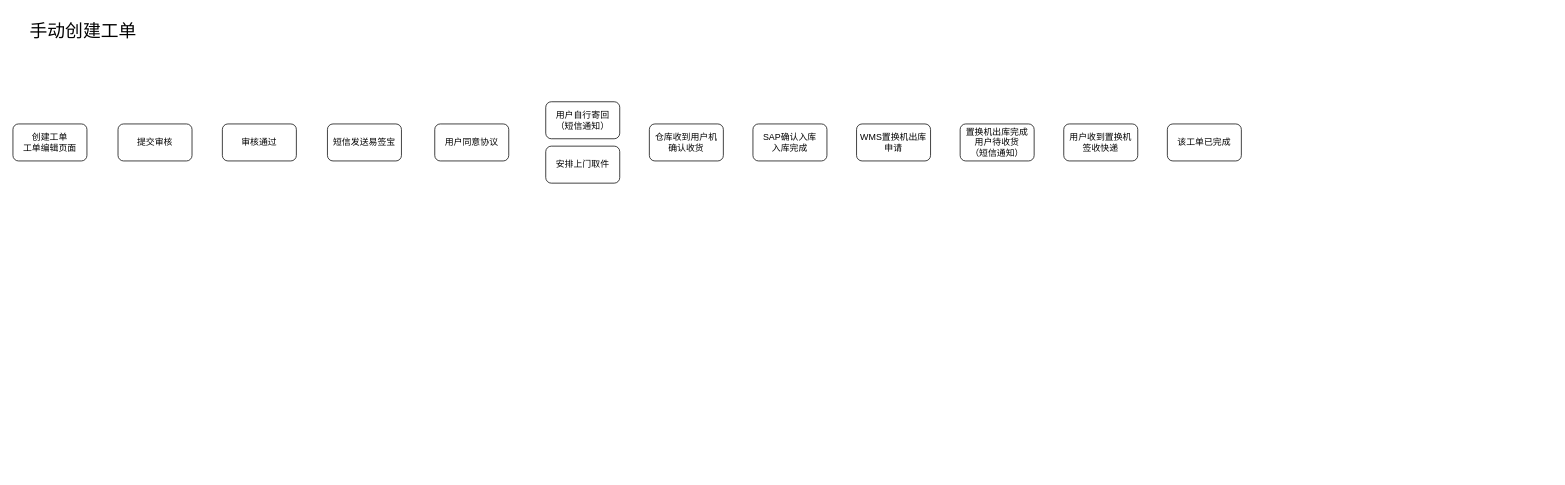
Above: Untitled Diagram.drawio in ErbanZ/DOG (draw.io), before the change. Source tidied: cells renumbered, new cells numbered last; positions are measured from the earlier drawing's top-left corner, leaving out a move shared by most shapes. Both pictures are drawn from the tidied source at 74%, with x=0, y=0 at pixel (13, 13).
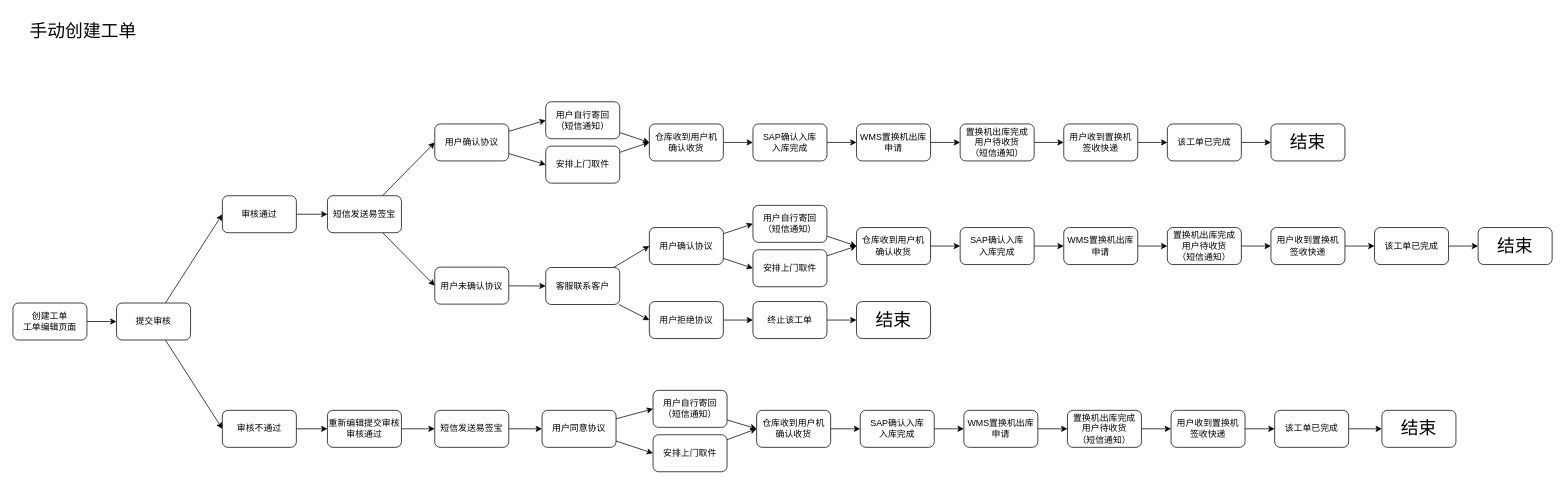
The same diagram, later.

Commit message:
【7-20 测试场景】置换

Unchanged cells that the change refers to:
```xml
<mxCell id="8" value="仓库收到用户机&lt;br&gt;确认收货" style="rounded=1;whiteSpace=wrap;html=1;" parent="1" vertex="1">
  <mxGeometry x="860" y="150" width="100" height="50" as="geometry" />
</mxCell>
<mxCell id="10" value="用户自行寄回&lt;br&gt;（短信通知）" style="rounded=1;whiteSpace=wrap;html=1;" parent="9" vertex="1">
  <mxGeometry width="100" height="50" as="geometry" />
</mxCell>
<mxCell id="11" value="安排上门取件" style="rounded=1;whiteSpace=wrap;html=1;" parent="9" vertex="1">
  <mxGeometry y="60" width="100" height="50" as="geometry" />
</mxCell>
<mxCell id="12" value="SAP确认入库&lt;br&gt;入库完成" style="rounded=1;whiteSpace=wrap;html=1;" parent="1" vertex="1">
  <mxGeometry x="1000" y="150" width="100" height="50" as="geometry" />
</mxCell>
<mxCell id="13" value="WMS置换机出库申请" style="rounded=1;whiteSpace=wrap;html=1;" parent="1" vertex="1">
  <mxGeometry x="1140" y="150" width="100" height="50" as="geometry" />
</mxCell>
<mxCell id="14" value="置换机出库完成&lt;br&gt;用户待收货&lt;br&gt;（短信通知）" style="rounded=1;whiteSpace=wrap;html=1;" parent="1" vertex="1">
  <mxGeometry x="1280" y="150" width="100" height="50" as="geometry" />
</mxCell>
<mxCell id="15" value="用户收到置换机&lt;br&gt;签收快递" style="rounded=1;whiteSpace=wrap;html=1;" parent="1" vertex="1">
  <mxGeometry x="1420" y="150" width="100" height="50" as="geometry" />
</mxCell>
<mxCell id="16" value="该工单已完成" style="rounded=1;whiteSpace=wrap;html=1;" parent="1" vertex="1">
  <mxGeometry x="1560" y="150" width="100" height="50" as="geometry" />
</mxCell>
```

What changed in the source:
```diff
@@
+    <mxCell id="17" style="edgeStyle=orthogonalEdgeStyle;rounded=0;jettySize=auto;html=1;entryX=0;entryY=0.5;entryDx=0;entryDy=0;" parent="1" edge="1" source="3" target="4">
+      <mxGeometry relative="1" as="geometry" />
+    </mxCell>
     <mxCell id="3" value="创建工单&lt;br&gt;工单编辑页面" style="rounded=1;whiteSpace=wrap;html=1;" parent="1" vertex="1">
-      <mxGeometry y="150" width="100" height="50" as="geometry" />
+      <mxGeometry y="392" width="100" height="50" as="geometry" />
     </mxCell>
+    <mxCell id="18" style="rounded=0;jettySize=auto;html=1;entryX=0;entryY=0.5;entryDx=0;entryDy=0;" parent="1" edge="1" source="4" target="5">
+      <mxGeometry relative="1" as="geometry" />
+    </mxCell>
+    <mxCell id="19" style="edgeStyle=none;rounded=0;jettySize=auto;html=1;entryX=0;entryY=0.5;entryDx=0;entryDy=0;" parent="1" edge="1" source="4" target="32">
+      <mxGeometry relative="1" as="geometry" />
+    </mxCell>
     <mxCell id="4" value="提交审核" style="rounded=1;whiteSpace=wrap;html=1;" parent="1" vertex="1">
-      <mxGeometry x="142" y="150" width="100" height="50" as="geometry" />
+      <mxGeometry x="140" y="392" width="100" height="50" as="geometry" />
     </mxCell>
+    <mxCell id="20" style="edgeStyle=none;rounded=0;jettySize=auto;html=1;entryX=0;entryY=0.5;entryDx=0;entryDy=0;" parent="1" edge="1" source="5" target="6">
+      <mxGeometry relative="1" as="geometry" />
+    </mxCell>
     <mxCell id="5" value="审核通过" style="rounded=1;whiteSpace=wrap;html=1;" parent="1" vertex="1">
-      <mxGeometry x="283" y="150" width="100" height="50" as="geometry" />
+      <mxGeometry x="283" y="247" width="100" height="50" as="geometry" />
     </mxCell>
+    <mxCell id="21" style="edgeStyle=none;rounded=0;jettySize=auto;html=1;entryX=0;entryY=0.5;entryDx=0;entryDy=0;" parent="1" edge="1" source="6" target="7">
+      <mxGeometry relative="1" as="geometry" />
+    </mxCell>
+    <mxCell id="22" style="edgeStyle=none;rounded=0;jettySize=auto;html=1;entryX=0;entryY=0.5;entryDx=0;entryDy=0;" parent="1" edge="1" source="6" target="56">
+      <mxGeometry relative="1" as="geometry" />
+    </mxCell>
     <mxCell id="6" value="短信发送易签宝" style="rounded=1;whiteSpace=wrap;html=1;" parent="1" vertex="1">
-      <mxGeometry x="425" y="150" width="100" height="50" as="geometry" />
+      <mxGeometry x="425" y="247" width="100" height="50" as="geometry" />
     </mxCell>
+    <mxCell id="23" style="edgeStyle=none;rounded=0;jettySize=auto;html=1;entryX=0;entryY=0.5;entryDx=0;entryDy=0;" parent="1" edge="1" source="7" target="10">
+      <mxGeometry relative="1" as="geometry" />
+    </mxCell>
+    <mxCell id="24" style="edgeStyle=none;rounded=0;jettySize=auto;html=1;entryX=0;entryY=0.5;entryDx=0;entryDy=0;" parent="1" edge="1" source="7" target="11">
+      <mxGeometry relative="1" as="geometry" />
+    </mxCell>
-    <mxCell id="7" value="用户同意协议" style="rounded=1;whiteSpace=wrap;html=1;" parent="1" vertex="1">
+    <mxCell id="7" value="用户确认协议" style="rounded=1;whiteSpace=wrap;html=1;" parent="1" vertex="1">
       <mxGeometry x="570" y="150" width="100" height="50" as="geometry" />
     </mxCell>
+    <mxCell id="25" style="edgeStyle=none;rounded=0;jettySize=auto;html=1;entryX=0;entryY=0.5;entryDx=0;entryDy=0;" parent="1" edge="1" source="8" target="12">
+      <mxGeometry relative="1" as="geometry" />
+    </mxCell>
@@
+    <mxCell id="26" style="edgeStyle=none;rounded=0;jettySize=auto;html=1;entryX=0;entryY=0.5;entryDx=0;entryDy=0;" parent="1" edge="1" source="12" target="13">
+      <mxGeometry relative="1" as="geometry" />
+    </mxCell>
@@
+    <mxCell id="27" style="edgeStyle=none;rounded=0;jettySize=auto;html=1;entryX=0;entryY=0.5;entryDx=0;entryDy=0;" parent="1" edge="1" source="13" target="14">
+      <mxGeometry relative="1" as="geometry" />
+    </mxCell>
@@
+    <mxCell id="28" style="edgeStyle=none;rounded=0;jettySize=auto;html=1;entryX=0;entryY=0.5;entryDx=0;entryDy=0;" parent="1" edge="1" source="14" target="15">
+      <mxGeometry relative="1" as="geometry" />
+    </mxCell>
@@
+    <mxCell id="29" style="edgeStyle=none;rounded=0;jettySize=auto;html=1;entryX=0;entryY=0.5;entryDx=0;entryDy=0;" parent="1" edge="1" source="15" target="16">
+      <mxGeometry relative="1" as="geometry" />
+    </mxCell>
@@
+    <mxCell id="30" style="edgeStyle=none;rounded=0;jettySize=auto;html=1;entryX=0;entryY=0.5;entryDx=0;entryDy=0;" parent="1" edge="1" source="16" target="63">
+      <mxGeometry relative="1" as="geometry" />
+    </mxCell>
@@
+    <mxCell id="31" style="edgeStyle=none;rounded=0;jettySize=auto;html=1;entryX=0;entryY=0.5;entryDx=0;entryDy=0;" parent="1" edge="1" source="32" target="34">
+      <mxGeometry relative="1" as="geometry" />
+    </mxCell>
+    <mxCell id="32" value="审核不通过" style="rounded=1;whiteSpace=wrap;html=1;" parent="1" vertex="1">
+      <mxGeometry x="283" y="537" width="100" height="50" as="geometry" />
+    </mxCell>
+    <mxCell id="33" style="edgeStyle=none;rounded=0;jettySize=auto;html=1;entryX=0;entryY=0.5;entryDx=0;entryDy=0;" parent="1" edge="1" source="34" target="36">
+      <mxGeometry relative="1" as="geometry" />
+    </mxCell>
+    <mxCell id="34" value="重新编辑提交审核&lt;br&gt;审核通过" style="rounded=1;whiteSpace=wrap;html=1;" parent="1" vertex="1">
+      <mxGeometry x="425" y="537" width="100" height="50" as="geometry" />
+    </mxCell>
+    <mxCell id="35" style="edgeStyle=none;rounded=0;jettySize=auto;html=1;entryX=0;entryY=0.5;entryDx=0;entryDy=0;" parent="1" edge="1" source="36" target="39">
+      <mxGeometry relative="1" as="geometry" />
+    </mxCell>
+    <mxCell id="36" value="短信发送易签宝" style="rounded=1;whiteSpace=wrap;html=1;" parent="1" vertex="1">
+      <mxGeometry x="570" y="537" width="100" height="50" as="geometry" />
+    </mxCell>
+    <mxCell id="37" style="edgeStyle=none;rounded=0;jettySize=auto;html=1;entryX=0;entryY=0.5;entryDx=0;entryDy=0;" parent="1" edge="1" source="39" target="43">
+      <mxGeometry relative="1" as="geometry" />
+    </mxCell>
+    <mxCell id="38" style="edgeStyle=none;rounded=0;jettySize=auto;html=1;entryX=0;entryY=0.5;entryDx=0;entryDy=0;" parent="1" edge="1" source="39" target="44">
+      <mxGeometry relative="1" as="geometry" />
+    </mxCell>
+    <mxCell id="39" value="用户同意协议" style="rounded=1;whiteSpace=wrap;html=1;" parent="1" vertex="1">
+      <mxGeometry x="715" y="537" width="100" height="50" as="geometry" />
+    </mxCell>
+    <mxCell id="40" style="edgeStyle=none;rounded=0;jettySize=auto;html=1;entryX=0;entryY=0.5;entryDx=0;entryDy=0;" parent="1" edge="1" source="41" target="46">
+      <mxGeometry relative="1" as="geometry" />
+    </mxCell>
+    <mxCell id="41" value="仓库收到用户机&lt;br&gt;确认收货" style="rounded=1;whiteSpace=wrap;html=1;" parent="1" vertex="1">
+      <mxGeometry x="1005" y="537" width="100" height="50" as="geometry" />
+    </mxCell>
+    <mxCell id="42" style="group;" parent="1" vertex="1">
+      <mxGeometry x="865" y="510" width="100" height="110" as="geometry" />
+    </mxCell>
+    <mxCell id="43" value="用户自行寄回&lt;br&gt;（短信通知）" style="rounded=1;whiteSpace=wrap;html=1;" parent="42" vertex="1">
+      <mxGeometry width="100" height="50" as="geometry" />
+    </mxCell>
+    <mxCell id="44" value="安排上门取件" style="rounded=1;whiteSpace=wrap;html=1;" parent="42" vertex="1">
+      <mxGeometry y="60" width="100" height="50" as="geometry" />
+    </mxCell>
+    <mxCell id="45" style="edgeStyle=none;rounded=0;jettySize=auto;html=1;" parent="1" edge="1" source="46" target="48">
+      <mxGeometry relative="1" as="geometry" />
+    </mxCell>
+    <mxCell id="46" value="SAP确认入库&lt;br&gt;入库完成" style="rounded=1;whiteSpace=wrap;html=1;" parent="1" vertex="1">
+      <mxGeometry x="1145" y="537" width="100" height="50" as="geometry" />
+    </mxCell>
+    <mxCell id="47" style="edgeStyle=none;rounded=0;jettySize=auto;html=1;entryX=0;entryY=0.5;entryDx=0;entryDy=0;" parent="1" edge="1" source="48" target="50">
+      <mxGeometry relative="1" as="geometry" />
+    </mxCell>
+    <mxCell id="48" value="WMS置换机出库申请" style="rounded=1;whiteSpace=wrap;html=1;" parent="1" vertex="1">
+      <mxGeometry x="1285" y="537" width="100" height="50" as="geometry" />
+    </mxCell>
+    <mxCell id="49" style="edgeStyle=none;rounded=0;jettySize=auto;html=1;entryX=0;entryY=0.5;entryDx=0;entryDy=0;" parent="1" edge="1" source="50" target="52">
+      <mxGeometry relative="1" as="geometry" />
+    </mxCell>
+    <mxCell id="50" value="置换机出库完成&lt;br&gt;用户待收货&lt;br&gt;（短信通知）" style="rounded=1;whiteSpace=wrap;html=1;" parent="1" vertex="1">
+      <mxGeometry x="1425" y="537" width="100" height="50" as="geometry" />
+    </mxCell>
+    <mxCell id="51" style="edgeStyle=none;rounded=0;jettySize=auto;html=1;entryX=0;entryY=0.5;entryDx=0;entryDy=0;" parent="1" edge="1" source="52" target="54">
+      <mxGeometry relative="1" as="geometry" />
+    </mxCell>
+    <mxCell id="52" value="用户收到置换机&lt;br&gt;签收快递" style="rounded=1;whiteSpace=wrap;html=1;" parent="1" vertex="1">
+      <mxGeometry x="1565" y="537" width="100" height="50" as="geometry" />
+    </mxCell>
+    <mxCell id="53" style="edgeStyle=none;rounded=0;jettySize=auto;html=1;entryX=0;entryY=0.5;entryDx=0;entryDy=0;" parent="1" edge="1" source="54" target="91">
+      <mxGeometry relative="1" as="geometry" />
+    </mxCell>
+    <mxCell id="54" value="该工单已完成" style="rounded=1;whiteSpace=wrap;html=1;" parent="1" vertex="1">
+      <mxGeometry x="1705" y="537" width="100" height="50" as="geometry" />
+    </mxCell>
+    <mxCell id="55" style="edgeStyle=none;rounded=0;jettySize=auto;html=1;entryX=0;entryY=0.5;entryDx=0;entryDy=0;" parent="1" edge="1" source="56" target="59">
+      <mxGeometry relative="1" as="geometry" />
+    </mxCell>
+    <mxCell id="56" value="用户未确认协议" style="rounded=1;whiteSpace=wrap;html=1;" parent="1" vertex="1">
+      <mxGeometry x="570" y="343.5" width="100" height="50" as="geometry" />
+    </mxCell>
+    <mxCell id="57" style="edgeStyle=none;rounded=0;jettySize=auto;html=1;entryX=0;entryY=0.5;entryDx=0;entryDy=0;" parent="1" edge="1" source="59" target="66">
+      <mxGeometry relative="1" as="geometry" />
+    </mxCell>
+    <mxCell id="58" style="edgeStyle=none;rounded=0;jettySize=auto;html=1;entryX=0;entryY=0.5;entryDx=0;entryDy=0;" parent="1" edge="1" source="59" target="68">
+      <mxGeometry relative="1" as="geometry" />
+    </mxCell>
+    <mxCell id="59" value="客服联系客户" style="rounded=1;whiteSpace=wrap;html=1;" parent="1" vertex="1">
+      <mxGeometry x="720" y="344" width="100" height="50" as="geometry" />
+    </mxCell>
+    <mxCell id="60" style="edgeStyle=none;rounded=0;jettySize=auto;html=1;entryX=0;entryY=0.5;entryDx=0;entryDy=0;" parent="1" edge="1" source="61" target="62">
+      <mxGeometry relative="1" as="geometry" />
+    </mxCell>
+    <mxCell id="61" value="终止该工单" style="rounded=1;whiteSpace=wrap;html=1;" parent="1" vertex="1">
+      <mxGeometry x="1000" y="390" width="100" height="50" as="geometry" />
+    </mxCell>
+    <mxCell id="62" value="&lt;font style=&quot;font-size: 24px&quot;&gt;结束&lt;/font&gt;" style="rounded=1;whiteSpace=wrap;html=1;" parent="1" vertex="1">
+      <mxGeometry x="1140" y="390" width="100" height="50" as="geometry" />
+    </mxCell>
+    <mxCell id="63" value="&lt;font style=&quot;font-size: 24px&quot;&gt;结束&lt;/font&gt;" style="rounded=1;whiteSpace=wrap;html=1;" parent="1" vertex="1">
+      <mxGeometry x="1700" y="150" width="100" height="50" as="geometry" />
+    </mxCell>
+    <mxCell id="64" style="edgeStyle=none;rounded=0;jettySize=auto;html=1;entryX=0;entryY=0.5;entryDx=0;entryDy=0;" parent="1" edge="1" source="66" target="72">
+      <mxGeometry relative="1" as="geometry" />
+    </mxCell>
+    <mxCell id="65" style="edgeStyle=none;rounded=0;jettySize=auto;html=1;entryX=0;entryY=0.5;entryDx=0;entryDy=0;" parent="1" edge="1" source="66" target="73">
+      <mxGeometry relative="1" as="geometry" />
+    </mxCell>
+    <mxCell id="66" value="用户确认协议" style="rounded=1;whiteSpace=wrap;html=1;" parent="1" vertex="1">
+      <mxGeometry x="860" y="290" width="100" height="50" as="geometry" />
+    </mxCell>
+    <mxCell id="67" style="edgeStyle=none;rounded=0;jettySize=auto;html=1;entryX=0;entryY=0.5;entryDx=0;entryDy=0;" parent="1" edge="1" source="68" target="61">
+      <mxGeometry relative="1" as="geometry" />
+    </mxCell>
+    <mxCell id="68" value="用户拒绝协议" style="rounded=1;whiteSpace=wrap;html=1;" parent="1" vertex="1">
+      <mxGeometry x="860" y="390" width="100" height="50" as="geometry" />
+    </mxCell>
+    <mxCell id="69" style="edgeStyle=none;rounded=0;jettySize=auto;html=1;entryX=0;entryY=0.5;entryDx=0;entryDy=0;" parent="1" edge="1" source="70" target="75">
+      <mxGeometry relative="1" as="geometry" />
+    </mxCell>
+    <mxCell id="70" value="仓库收到用户机&lt;br&gt;确认收货" style="rounded=1;whiteSpace=wrap;html=1;" parent="1" vertex="1">
+      <mxGeometry x="1140" y="290" width="100" height="50" as="geometry" />
+    </mxCell>
+    <mxCell id="71" style="group;" parent="1" vertex="1">
+      <mxGeometry x="1000" y="260" width="100" height="110" as="geometry" />
+    </mxCell>
+    <mxCell id="72" value="用户自行寄回&lt;br&gt;（短信通知）" style="rounded=1;whiteSpace=wrap;html=1;" parent="71" vertex="1">
+      <mxGeometry width="100" height="50" as="geometry" />
+    </mxCell>
+    <mxCell id="73" value="安排上门取件" style="rounded=1;whiteSpace=wrap;html=1;" parent="71" vertex="1">
+      <mxGeometry y="60" width="100" height="50" as="geometry" />
+    </mxCell>
+    <mxCell id="74" style="edgeStyle=none;rounded=0;jettySize=auto;html=1;entryX=0;entryY=0.5;entryDx=0;entryDy=0;" parent="1" edge="1" source="75" target="77">
+      <mxGeometry relative="1" as="geometry" />
+    </mxCell>
+    <mxCell id="75" value="SAP确认入库&lt;br&gt;入库完成" style="rounded=1;whiteSpace=wrap;html=1;" parent="1" vertex="1">
+      <mxGeometry x="1280" y="290" width="100" height="50" as="geometry" />
+    </mxCell>
+    <mxCell id="76" style="edgeStyle=none;rounded=0;jettySize=auto;html=1;entryX=0;entryY=0.5;entryDx=0;entryDy=0;" parent="1" edge="1" source="77" target="79">
+      <mxGeometry relative="1" as="geometry" />
+    </mxCell>
+    <mxCell id="77" value="WMS置换机出库申请" style="rounded=1;whiteSpace=wrap;html=1;" parent="1" vertex="1">
+      <mxGeometry x="1420" y="290" width="100" height="50" as="geometry" />
+    </mxCell>
+    <mxCell id="78" style="edgeStyle=none;rounded=0;jettySize=auto;html=1;entryX=0;entryY=0.5;entryDx=0;entryDy=0;" parent="1" edge="1" source="79" target="81">
+      <mxGeometry relative="1" as="geometry" />
+    </mxCell>
+    <mxCell id="79" value="置换机出库完成&lt;br&gt;用户待收货&lt;br&gt;（短信通知）" style="rounded=1;whiteSpace=wrap;html=1;" parent="1" vertex="1">
+      <mxGeometry x="1560" y="290" width="100" height="50" as="geometry" />
+    </mxCell>
+    <mxCell id="80" style="edgeStyle=none;rounded=0;jettySize=auto;html=1;entryX=0;entryY=0.5;entryDx=0;entryDy=0;" parent="1" edge="1" source="81" target="83">
+      <mxGeometry relative="1" as="geometry" />
+    </mxCell>
+    <mxCell id="81" value="用户收到置换机&lt;br&gt;签收快递" style="rounded=1;whiteSpace=wrap;html=1;" parent="1" vertex="1">
+      <mxGeometry x="1700" y="290" width="100" height="50" as="geometry" />
+    </mxCell>
+    <mxCell id="82" style="edgeStyle=none;rounded=0;jettySize=auto;html=1;entryX=0;entryY=0.5;entryDx=0;entryDy=0;" parent="1" edge="1" source="83" target="84">
+      <mxGeometry relative="1" as="geometry" />
+    </mxCell>
+    <mxCell id="83" value="该工单已完成" style="rounded=1;whiteSpace=wrap;html=1;" parent="1" vertex="1">
+      <mxGeometry x="1840" y="290" width="100" height="50" as="geometry" />
+    </mxCell>
+    <mxCell id="84" value="&lt;font style=&quot;font-size: 24px&quot;&gt;结束&lt;/font&gt;" style="rounded=1;whiteSpace=wrap;html=1;" parent="1" vertex="1">
+      <mxGeometry x="1980" y="290" width="100" height="50" as="geometry" />
+    </mxCell>
+    <mxCell id="85" style="edgeStyle=none;rounded=0;jettySize=auto;html=1;entryX=0;entryY=0.5;entryDx=0;entryDy=0;" parent="1" edge="1" source="10" target="8">
+      <mxGeometry relative="1" as="geometry" />
+    </mxCell>
+    <mxCell id="86" style="edgeStyle=none;rounded=0;jettySize=auto;html=1;entryX=0;entryY=0.5;entryDx=0;entryDy=0;" parent="1" edge="1" source="11" target="8">
+      <mxGeometry relative="1" as="geometry" />
+    </mxCell>
+    <mxCell id="87" style="edgeStyle=none;rounded=0;jettySize=auto;html=1;entryX=0;entryY=0.5;entryDx=0;entryDy=0;" parent="1" edge="1" source="72" target="70">
+      <mxGeometry relative="1" as="geometry" />
+    </mxCell>
+    <mxCell id="88" style="edgeStyle=none;rounded=0;jettySize=auto;html=1;entryX=0;entryY=0.5;entryDx=0;entryDy=0;" parent="1" edge="1" source="73" target="70">
+      <mxGeometry relative="1" as="geometry" />
+    </mxCell>
+    <mxCell id="89" style="edgeStyle=none;rounded=0;jettySize=auto;html=1;entryX=0;entryY=0.5;entryDx=0;entryDy=0;" parent="1" edge="1" source="43" target="41">
+      <mxGeometry relative="1" as="geometry" />
+    </mxCell>
+    <mxCell id="90" style="edgeStyle=none;rounded=0;jettySize=auto;html=1;entryX=0;entryY=0.5;entryDx=0;entryDy=0;" parent="1" edge="1" source="44" target="41">
+      <mxGeometry relative="1" as="geometry" />
+    </mxCell>
+    <mxCell id="91" value="&lt;font style=&quot;font-size: 24px&quot;&gt;结束&lt;/font&gt;" style="rounded=1;whiteSpace=wrap;html=1;" parent="1" vertex="1">
+      <mxGeometry x="1850" y="537" width="100" height="50" as="geometry" />
+    </mxCell>
```
